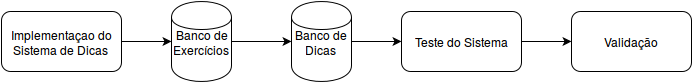
Before: visaogeraldometodoproposto.png, a diagram exported from draw.io (gustavoCorreiaGonzalez/artigo-tcc). Source tidied: cells renumbered, new cells last; positions are measured from the earlier drawing's top-left corner, leaving out a move shared by most shapes. The source it was exported from:
```xml
<mxGraphModel background="#ffffff">
  <root>
    <mxCell id="0" />
    <mxCell id="1" parent="0" />
    <mxCell id="2" style="edgeStyle=orthogonalEdgeStyle;rounded=0;html=1;exitX=1;exitY=0.5;entryX=0;entryY=0.5;endArrow=classic;endFill=1;jettySize=auto;" parent="1" edge="1" source="3" target="5">
      <mxGeometry relative="1" as="geometry" />
    </mxCell>
    <mxCell id="3" value="Implementaçao do Sistema de Dicas&lt;br&gt;" style="rounded=1;whiteSpace=wrap;html=1;" parent="1" vertex="1">
      <mxGeometry y="10" width="120" height="60" as="geometry" />
    </mxCell>
    <mxCell id="4" style="edgeStyle=orthogonalEdgeStyle;rounded=0;html=1;exitX=1;exitY=0.5;entryX=0;entryY=0.5;endArrow=classic;endFill=1;jettySize=auto;" parent="1" edge="1" source="5" target="7">
      <mxGeometry relative="1" as="geometry" />
    </mxCell>
    <mxCell id="5" value="Banco de Exercícios&lt;br&gt;" style="shape=cylinder;whiteSpace=wrap;html=1;" parent="1" vertex="1">
      <mxGeometry x="170" width="60" height="80" as="geometry" />
    </mxCell>
    <mxCell id="6" style="edgeStyle=orthogonalEdgeStyle;rounded=0;html=1;exitX=1;exitY=0.5;endArrow=classic;endFill=1;jettySize=auto;" parent="1" edge="1" source="7" target="9">
      <mxGeometry relative="1" as="geometry" />
    </mxCell>
    <mxCell id="7" value="Banco de Dicas&lt;br&gt;" style="shape=cylinder;whiteSpace=wrap;html=1;" parent="1" vertex="1">
      <mxGeometry x="290" width="60" height="80" as="geometry" />
    </mxCell>
    <mxCell id="8" style="edgeStyle=orthogonalEdgeStyle;rounded=0;html=1;exitX=1;exitY=0.5;entryX=0;entryY=0.5;endArrow=classic;endFill=1;jettySize=auto;" parent="1" edge="1" source="9" target="10">
      <mxGeometry relative="1" as="geometry" />
    </mxCell>
    <mxCell id="9" value="Teste do Sistema&lt;br&gt;" style="rounded=1;whiteSpace=wrap;html=1;" parent="1" vertex="1">
      <mxGeometry x="400" y="10" width="120" height="60" as="geometry" />
    </mxCell>
    <mxCell id="10" value="Validação&lt;br&gt;" style="rounded=1;whiteSpace=wrap;html=1;" parent="1" vertex="1">
      <mxGeometry x="570" y="10" width="120" height="60" as="geometry" />
    </mxCell>
  </root>
</mxGraphModel>
```
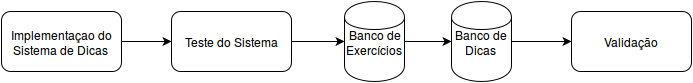
The same diagram one commit later.

Change to the diagram source:
```diff
@@ -2,29 +2,29 @@
   <root>
     <mxCell id="0" />
     <mxCell id="1" parent="0" />
-    <mxCell id="2" style="edgeStyle=orthogonalEdgeStyle;rounded=0;html=1;exitX=1;exitY=0.5;entryX=0;entryY=0.5;endArrow=classic;endFill=1;jettySize=auto;" parent="1" edge="1" source="3" target="5">
-      <mxGeometry relative="1" as="geometry" />
-    </mxCell>
+    <mxCell id="11" style="edgeStyle=orthogonalEdgeStyle;rounded=0;html=1;exitX=1;exitY=0.5;entryX=0;entryY=0.5;endArrow=classic;endFill=1;jettySize=auto;" parent="1" edge="1" source="3" target="9">
+      <mxGeometry relative="1" as="geometry" />
+    </mxCell>
     <mxCell id="3" value="Implementaçao do Sistema de Dicas&lt;br&gt;" style="rounded=1;whiteSpace=wrap;html=1;" parent="1" vertex="1">
       <mxGeometry y="10" width="120" height="60" as="geometry" />
     </mxCell>
+    <mxCell id="5" value="Banco de Exercícios&lt;br&gt;" style="shape=cylinder;whiteSpace=wrap;html=1;" parent="1" vertex="1">
+      <mxGeometry x="343" width="60" height="80" as="geometry" />
+    </mxCell>
+    <mxCell id="12" style="edgeStyle=orthogonalEdgeStyle;rounded=0;html=1;exitX=1;exitY=0.5;entryX=0;entryY=0.5;endArrow=classic;endFill=1;jettySize=auto;" parent="1" edge="1" source="7" target="10">
+      <mxGeometry relative="1" as="geometry" />
+    </mxCell>
+    <mxCell id="7" value="Banco de Dicas&lt;br&gt;" style="shape=cylinder;whiteSpace=wrap;html=1;" parent="1" vertex="1">
+      <mxGeometry x="450" width="60" height="80" as="geometry" />
+    </mxCell>
     <mxCell id="4" style="edgeStyle=orthogonalEdgeStyle;rounded=0;html=1;exitX=1;exitY=0.5;entryX=0;entryY=0.5;endArrow=classic;endFill=1;jettySize=auto;" parent="1" edge="1" source="5" target="7">
       <mxGeometry relative="1" as="geometry" />
     </mxCell>
-    <mxCell id="5" value="Banco de Exercícios&lt;br&gt;" style="shape=cylinder;whiteSpace=wrap;html=1;" parent="1" vertex="1">
-      <mxGeometry x="170" width="60" height="80" as="geometry" />
-    </mxCell>
-    <mxCell id="6" style="edgeStyle=orthogonalEdgeStyle;rounded=0;html=1;exitX=1;exitY=0.5;endArrow=classic;endFill=1;jettySize=auto;" parent="1" edge="1" source="7" target="9">
-      <mxGeometry relative="1" as="geometry" />
-    </mxCell>
-    <mxCell id="7" value="Banco de Dicas&lt;br&gt;" style="shape=cylinder;whiteSpace=wrap;html=1;" parent="1" vertex="1">
-      <mxGeometry x="290" width="60" height="80" as="geometry" />
-    </mxCell>
-    <mxCell id="8" style="edgeStyle=orthogonalEdgeStyle;rounded=0;html=1;exitX=1;exitY=0.5;entryX=0;entryY=0.5;endArrow=classic;endFill=1;jettySize=auto;" parent="1" edge="1" source="9" target="10">
-      <mxGeometry relative="1" as="geometry" />
-    </mxCell>
+    <mxCell id="13" style="edgeStyle=orthogonalEdgeStyle;rounded=0;html=1;exitX=1;exitY=0.5;endArrow=classic;endFill=1;jettySize=auto;" parent="1" edge="1" source="9" target="5">
+      <mxGeometry relative="1" as="geometry" />
+    </mxCell>
     <mxCell id="9" value="Teste do Sistema&lt;br&gt;" style="rounded=1;whiteSpace=wrap;html=1;" parent="1" vertex="1">
-      <mxGeometry x="400" y="10" width="120" height="60" as="geometry" />
+      <mxGeometry x="170" y="10" width="120" height="60" as="geometry" />
     </mxCell>
     <mxCell id="10" value="Validação&lt;br&gt;" style="rounded=1;whiteSpace=wrap;html=1;" parent="1" vertex="1">
       <mxGeometry x="570" y="10" width="120" height="60" as="geometry" />
```
